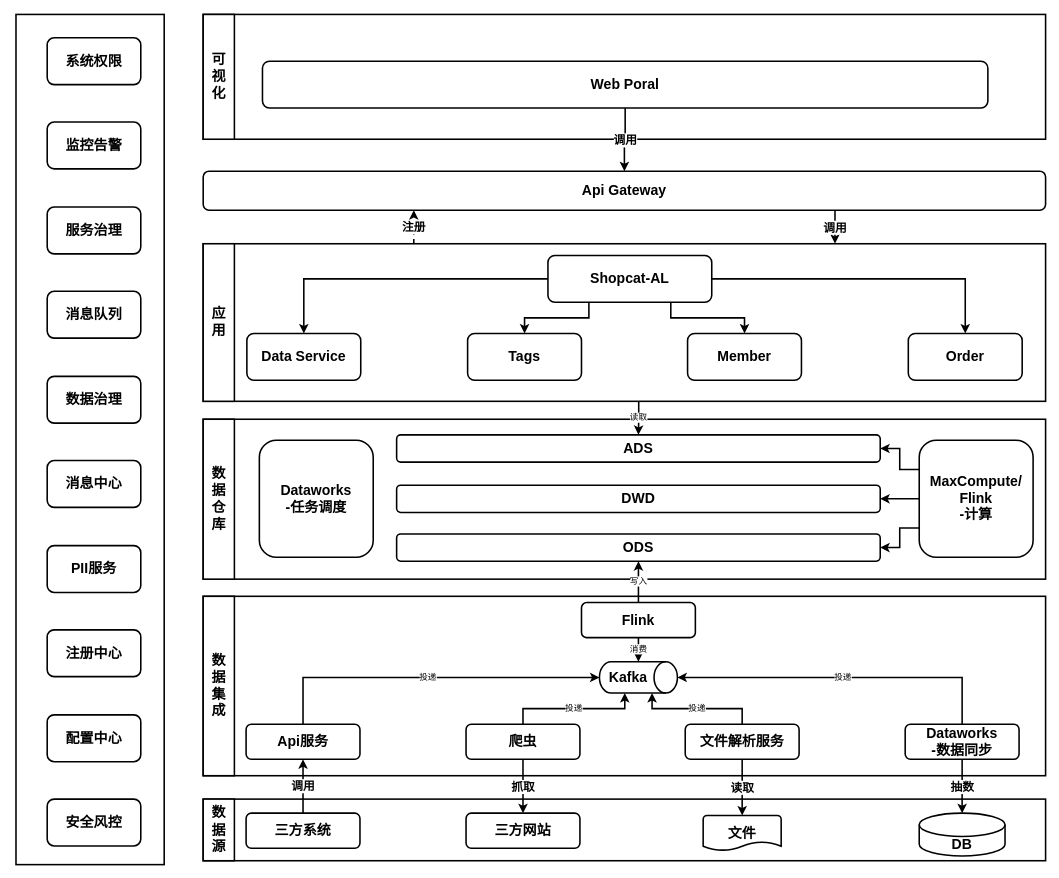
Before: page "BBI&CRM融合架构" (16 of 16) of indicator-platform.drawio in jackie-thank/beego-authz, a draw.io diagram. Source tidied: cells renumbered, new cells numbered last; positions are measured from the earlier drawing's top-left corner, leaving out a move shared by most shapes. Both pictures are drawn from the tidied source at 78%, with x=0, y=0 at pixel (16, 14).
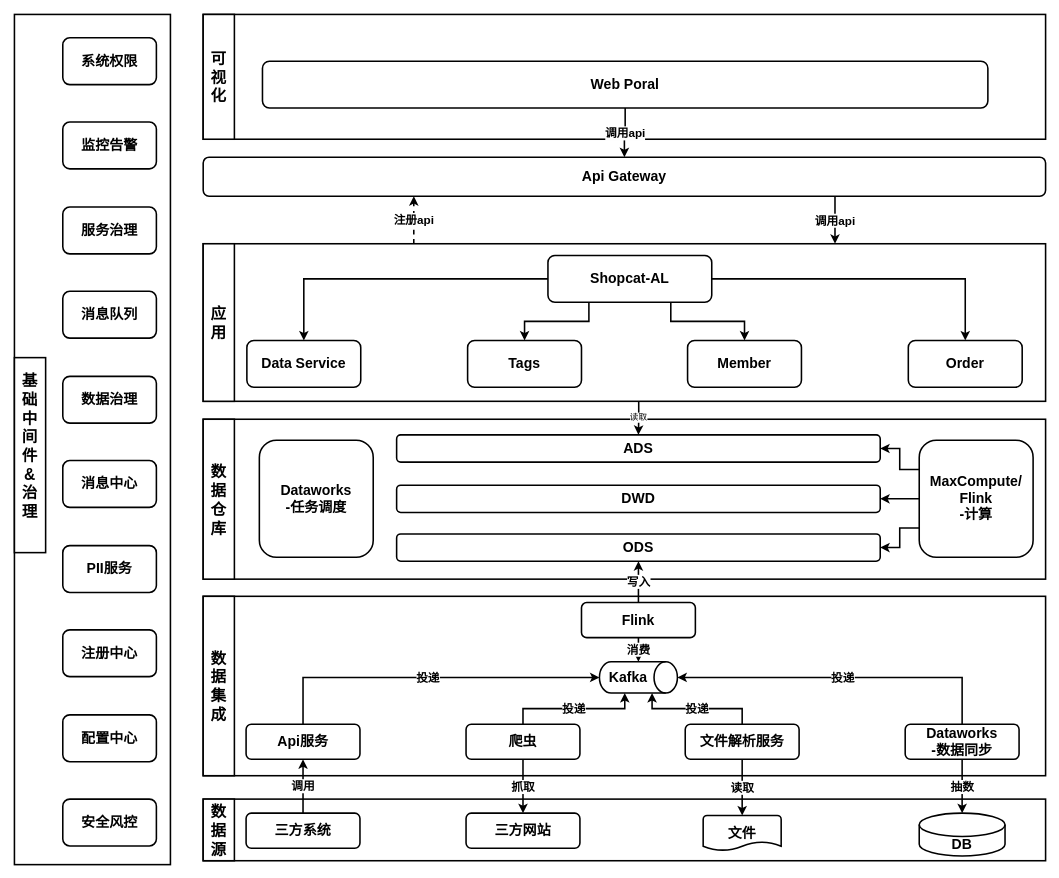
The same page after the edit.

Unchanged cells that the change refers to:
```xml
<mxCell id="7" style="rounded=0;whiteSpace=wrap;html=1;strokeWidth=2;" parent="1" vertex="1">
  <mxGeometry x="240" y="294" width="1080" height="202" as="geometry" />
</mxCell>
<mxCell id="14" value="ODS" style="rounded=1;whiteSpace=wrap;html=1;strokeWidth=2;fontSize=18;fontStyle=1;" parent="1" vertex="1">
  <mxGeometry x="488" y="666" width="620" height="35" as="geometry" />
</mxCell>
<mxCell id="26" value="&lt;div&gt;Dataworks&lt;/div&gt;&lt;div&gt;-数据同步&lt;/div&gt;" style="rounded=1;whiteSpace=wrap;html=1;strokeWidth=2;fontSize=18;fontStyle=1;" parent="1" vertex="1">
  <mxGeometry x="1140" y="910" width="146" height="45" as="geometry" />
</mxCell>
<mxCell id="42" value="文件解析服务" style="rounded=1;whiteSpace=wrap;html=1;strokeWidth=2;fontSize=18;fontStyle=1;" parent="1" vertex="1">
  <mxGeometry x="858" y="910" width="146" height="45" as="geometry" />
</mxCell>
<mxCell id="44" value="爬虫" style="rounded=1;whiteSpace=wrap;html=1;strokeWidth=2;fontSize=18;fontStyle=1;" parent="1" vertex="1">
  <mxGeometry x="577" y="910" width="146" height="45" as="geometry" />
</mxCell>
<mxCell id="45" value="Api服务" style="rounded=1;whiteSpace=wrap;html=1;strokeWidth=2;fontSize=18;fontStyle=1;" parent="1" vertex="1">
  <mxGeometry x="295" y="910" width="146" height="45" as="geometry" />
</mxCell>
<mxCell id="53" value="&lt;div&gt;Web Poral&lt;br&gt;&lt;/div&gt;" style="rounded=1;whiteSpace=wrap;html=1;strokeWidth=2;fontSize=18;fontStyle=1;" parent="1" vertex="1">
  <mxGeometry x="316" y="60" width="930" height="60" as="geometry" />
</mxCell>
<mxCell id="57" style="shape=cylinder3;whiteSpace=wrap;html=1;boundedLbl=1;backgroundOutline=1;size=15;rotation=90;strokeWidth=2;" parent="1" vertex="1">
  <mxGeometry x="778" y="800" width="40" height="100" as="geometry" />
</mxCell>
<mxCell id="59" value="Flink" style="rounded=1;whiteSpace=wrap;html=1;strokeWidth=2;fontSize=18;fontStyle=1;" parent="1" vertex="1">
  <mxGeometry x="725" y="754" width="146" height="45" as="geometry" />
</mxCell>
```

Change to the diagram source:
```diff
@@
     <mxCell id="3" style="rounded=0;whiteSpace=wrap;html=1;strokeWidth=2;" parent="1" vertex="1">
-      <mxGeometry width="190" height="1090" as="geometry" />
+      <mxGeometry x="-2" width="200" height="1090" as="geometry" />
     </mxCell>
@@
-    <mxCell id="6" value="注册" style="edgeStyle=orthogonalEdgeStyle;rounded=0;jettySize=auto;html=1;exitX=0.25;exitY=0;exitDx=0;exitDy=0;entryX=0.25;entryY=1;entryDx=0;entryDy=0;fontSize=15;fontStyle=1;strokeWidth=2;dashed=1;" parent="1" edge="1" source="7" target="13">
+    <mxCell id="6" value="注册api" style="edgeStyle=orthogonalEdgeStyle;rounded=0;jettySize=auto;html=1;exitX=0.25;exitY=0;exitDx=0;exitDy=0;entryX=0.25;entryY=1;entryDx=0;entryDy=0;fontSize=15;fontStyle=1;strokeWidth=2;dashed=1;" parent="1" edge="1" source="7" target="13">
       <mxGeometry relative="1" as="geometry" />
     </mxCell>
@@
     <mxCell id="8" value="Member" style="rounded=1;whiteSpace=wrap;html=1;strokeWidth=2;fontSize=18;fontStyle=1;" parent="1" vertex="1">
-      <mxGeometry x="861" y="409" width="146" height="60" as="geometry" />
+      <mxGeometry x="861" y="418" width="146" height="60" as="geometry" />
     </mxCell>
     <mxCell id="9" value="Order" style="rounded=1;whiteSpace=wrap;html=1;strokeWidth=2;fontSize=18;fontStyle=1;" parent="1" vertex="1">
-      <mxGeometry x="1144" y="409" width="146" height="60" as="geometry" />
+      <mxGeometry x="1144" y="418" width="146" height="60" as="geometry" />
     </mxCell>
     <mxCell id="10" value="Tags" style="rounded=1;whiteSpace=wrap;html=1;strokeWidth=2;fontSize=18;fontStyle=1;" parent="1" vertex="1">
-      <mxGeometry x="579" y="409" width="146" height="60" as="geometry" />
+      <mxGeometry x="579" y="418" width="146" height="60" as="geometry" />
     </mxCell>
     <mxCell id="11" value="Data Service" style="rounded=1;whiteSpace=wrap;html=1;strokeWidth=2;fontSize=18;fontStyle=1;" parent="1" vertex="1">
-      <mxGeometry x="296" y="409" width="146" height="60" as="geometry" />
+      <mxGeometry x="296" y="418" width="146" height="60" as="geometry" />
     </mxCell>
-    <mxCell id="12" value="调用" style="edgeStyle=orthogonalEdgeStyle;rounded=0;jettySize=auto;html=1;exitX=0.75;exitY=1;exitDx=0;exitDy=0;entryX=0.75;entryY=0;entryDx=0;entryDy=0;strokeWidth=2;fontSize=15;fontStyle=1;" parent="1" edge="1" source="13" target="7">
+    <mxCell id="12" value="调用api" style="edgeStyle=orthogonalEdgeStyle;rounded=0;jettySize=auto;html=1;exitX=0.75;exitY=1;exitDx=0;exitDy=0;entryX=0.75;entryY=0;entryDx=0;entryDy=0;strokeWidth=2;fontSize=15;fontStyle=1;" parent="1" edge="1" source="13" target="7">
       <mxGeometry relative="1" as="geometry" />
     </mxCell>
     <mxCell id="13" value="Api Gateway" style="rounded=1;whiteSpace=wrap;html=1;strokeWidth=2;fontSize=18;fontStyle=1;" parent="1" vertex="1">
-      <mxGeometry x="240" y="201" width="1080" height="50" as="geometry" />
+      <mxGeometry x="240" y="183" width="1080" height="50" as="geometry" />
     </mxCell>
@@
     <mxCell id="20" value="系统权限" style="rounded=1;whiteSpace=wrap;html=1;strokeWidth=2;fontSize=18;fontStyle=1;" parent="1" vertex="1">
-      <mxGeometry x="40" y="30" width="120" height="60" as="geometry" />
+      <mxGeometry x="60" y="30" width="120" height="60" as="geometry" />
     </mxCell>
     <mxCell id="21" value="监控告警" style="rounded=1;whiteSpace=wrap;html=1;strokeWidth=2;fontSize=18;fontStyle=1;" parent="1" vertex="1">
-      <mxGeometry x="40" y="138" width="120" height="60" as="geometry" />
+      <mxGeometry x="60" y="138" width="120" height="60" as="geometry" />
     </mxCell>
     <mxCell id="22" value="服务治理" style="rounded=1;whiteSpace=wrap;html=1;strokeWidth=2;fontSize=18;fontStyle=1;" parent="1" vertex="1">
-      <mxGeometry x="40" y="247" width="120" height="60" as="geometry" />
+      <mxGeometry x="60" y="247" width="120" height="60" as="geometry" />
     </mxCell>
@@
-    <mxCell id="27" value="&lt;div style=&quot;font-size: 18px;&quot;&gt;数&lt;/div&gt;&lt;div style=&quot;font-size: 18px;&quot;&gt;据&lt;/div&gt;&lt;div style=&quot;font-size: 18px;&quot;&gt;集&lt;/div&gt;&lt;div style=&quot;font-size: 18px;&quot;&gt;成&lt;/div&gt;" style="rounded=0;whiteSpace=wrap;html=1;strokeWidth=2;fontSize=18;fontStyle=1;" parent="1" vertex="1">
+    <mxCell id="27" value="&lt;div style=&quot;font-size: 20px;&quot;&gt;数&lt;/div&gt;&lt;div style=&quot;font-size: 20px;&quot;&gt;据&lt;/div&gt;&lt;div style=&quot;font-size: 20px;&quot;&gt;集&lt;/div&gt;&lt;div style=&quot;font-size: 20px;&quot;&gt;成&lt;/div&gt;" style="rounded=0;whiteSpace=wrap;html=1;strokeWidth=2;fontSize=20;fontStyle=1;" parent="1" vertex="1">
       <mxGeometry x="240" y="746" width="40" height="230" as="geometry" />
     </mxCell>
@@
-    <mxCell id="29" value="&lt;div&gt;数&lt;/div&gt;&lt;div&gt;据&lt;/div&gt;&lt;div&gt;源&lt;/div&gt;" style="rounded=0;whiteSpace=wrap;html=1;strokeWidth=2;fontSize=18;fontStyle=1;" parent="1" vertex="1">
+    <mxCell id="29" value="&lt;div style=&quot;font-size: 20px;&quot;&gt;数&lt;/div&gt;&lt;div style=&quot;font-size: 20px;&quot;&gt;据&lt;/div&gt;&lt;div style=&quot;font-size: 20px;&quot;&gt;源&lt;/div&gt;" style="rounded=0;whiteSpace=wrap;html=1;strokeWidth=2;fontSize=20;fontStyle=1;" parent="1" vertex="1">
       <mxGeometry x="240" y="1006" width="40" height="79" as="geometry" />
     </mxCell>
-    <mxCell id="30" value="&lt;div style=&quot;font-size: 18px;&quot;&gt;数&lt;/div&gt;&lt;div style=&quot;font-size: 18px;&quot;&gt;据&lt;/div&gt;&lt;div style=&quot;font-size: 18px;&quot;&gt;仓&lt;/div&gt;&lt;div style=&quot;font-size: 18px;&quot;&gt;库&lt;/div&gt;" style="rounded=0;whiteSpace=wrap;html=1;strokeWidth=2;fontSize=18;fontStyle=1;" parent="1" vertex="1">
+    <mxCell id="30" value="&lt;div style=&quot;font-size: 20px;&quot;&gt;数&lt;/div&gt;&lt;div style=&quot;font-size: 20px;&quot;&gt;据&lt;/div&gt;&lt;div style=&quot;font-size: 20px;&quot;&gt;仓&lt;/div&gt;&lt;div style=&quot;font-size: 20px;&quot;&gt;库&lt;/div&gt;" style="rounded=0;whiteSpace=wrap;html=1;strokeWidth=2;fontSize=20;fontStyle=1;" parent="1" vertex="1">
       <mxGeometry x="240" y="519" width="40" height="205" as="geometry" />
     </mxCell>
@@
     <mxCell id="38" value="数据治理" style="rounded=1;whiteSpace=wrap;html=1;strokeWidth=2;fontSize=18;fontStyle=1;" parent="1" vertex="1">
-      <mxGeometry x="40" y="464" width="120" height="60" as="geometry" />
+      <mxGeometry x="60" y="464" width="120" height="60" as="geometry" />
     </mxCell>
-    <mxCell id="39" value="&lt;div&gt;应&lt;/div&gt;&lt;div&gt;用&lt;/div&gt;" style="rounded=0;whiteSpace=wrap;html=1;strokeWidth=2;fontSize=18;fontStyle=1;" parent="1" vertex="1">
+    <mxCell id="39" value="&lt;div style=&quot;font-size: 20px;&quot;&gt;应&lt;/div&gt;&lt;div style=&quot;font-size: 20px;&quot;&gt;用&lt;/div&gt;" style="rounded=0;whiteSpace=wrap;html=1;strokeWidth=2;fontSize=20;fontStyle=1;" parent="1" vertex="1">
       <mxGeometry x="240" y="294" width="40" height="202" as="geometry" />
     </mxCell>
     <mxCell id="40" value="安全风控" style="rounded=1;whiteSpace=wrap;html=1;strokeWidth=2;fontSize=18;fontStyle=1;" parent="1" vertex="1">
-      <mxGeometry x="40" y="1006" width="120" height="60" as="geometry" />
+      <mxGeometry x="60" y="1006" width="120" height="60" as="geometry" />
     </mxCell>
@@
     <mxCell id="50" value="注册中心" style="rounded=1;whiteSpace=wrap;html=1;strokeWidth=2;fontSize=18;fontStyle=1;" parent="1" vertex="1">
-      <mxGeometry x="40" y="789" width="120" height="60" as="geometry" />
+      <mxGeometry x="60" y="789" width="120" height="60" as="geometry" />
     </mxCell>
     <mxCell id="51" value="配置中心" style="rounded=1;whiteSpace=wrap;html=1;strokeWidth=2;fontSize=18;fontStyle=1;" parent="1" vertex="1">
-      <mxGeometry x="40" y="898" width="120" height="60" as="geometry" />
+      <mxGeometry x="60" y="898" width="120" height="60" as="geometry" />
     </mxCell>
-    <mxCell id="52" value="&lt;div&gt;可&lt;/div&gt;&lt;div&gt;视&lt;/div&gt;&lt;div&gt;化&lt;/div&gt;" style="rounded=0;whiteSpace=wrap;html=1;strokeWidth=2;fontSize=18;fontStyle=1;" parent="1" vertex="1">
+    <mxCell id="52" value="&lt;div style=&quot;font-size: 20px;&quot;&gt;可&lt;/div&gt;&lt;div style=&quot;font-size: 20px;&quot;&gt;视&lt;/div&gt;&lt;div style=&quot;font-size: 20px;&quot;&gt;化&lt;/div&gt;" style="rounded=0;whiteSpace=wrap;html=1;strokeWidth=2;fontSize=20;fontStyle=1;" parent="1" vertex="1">
       <mxGeometry x="240" width="40" height="160" as="geometry" />
     </mxCell>
@@
     <mxCell id="54" value="消息队列" style="rounded=1;whiteSpace=wrap;html=1;strokeWidth=2;fontSize=18;fontStyle=1;" parent="1" vertex="1">
-      <mxGeometry x="40" y="355" width="120" height="60" as="geometry" />
+      <mxGeometry x="60" y="355" width="120" height="60" as="geometry" />
     </mxCell>
     <mxCell id="55" value="消息中心" style="rounded=1;whiteSpace=wrap;html=1;strokeWidth=2;fontSize=18;fontStyle=1;" parent="1" vertex="1">
-      <mxGeometry x="40" y="572" width="120" height="60" as="geometry" />
+      <mxGeometry x="60" y="572" width="120" height="60" as="geometry" />
     </mxCell>
     <mxCell id="56" value="PII服务" style="rounded=1;whiteSpace=wrap;html=1;strokeWidth=2;fontSize=18;fontStyle=1;" parent="1" vertex="1">
-      <mxGeometry x="40" y="681" width="120" height="60" as="geometry" />
+      <mxGeometry x="60" y="681" width="120" height="60" as="geometry" />
     </mxCell>
@@
-    <mxCell id="58" value="消费" style="edgeStyle=orthogonalEdgeStyle;rounded=0;jettySize=auto;html=1;exitX=0.5;exitY=1;exitDx=0;exitDy=0;strokeWidth=2;" parent="1" edge="1" source="59" target="57">
+    <mxCell id="58" value="消费" style="edgeStyle=orthogonalEdgeStyle;rounded=0;jettySize=auto;html=1;exitX=0.5;exitY=1;exitDx=0;exitDy=0;strokeWidth=2;fontSize=15;fontStyle=1;" parent="1" edge="1" source="59" target="57">
       <mxGeometry relative="1" as="geometry" />
     </mxCell>
@@
-    <mxCell id="60" value="投递" style="edgeStyle=orthogonalEdgeStyle;rounded=0;jettySize=auto;html=1;exitX=0.5;exitY=0;exitDx=0;exitDy=0;entryX=0.5;entryY=1;entryDx=0;entryDy=0;entryPerimeter=0;strokeWidth=2;" parent="1" edge="1" source="45" target="57">
+    <mxCell id="60" value="投递" style="edgeStyle=orthogonalEdgeStyle;rounded=0;jettySize=auto;html=1;exitX=0.5;exitY=0;exitDx=0;exitDy=0;entryX=0.5;entryY=1;entryDx=0;entryDy=0;entryPerimeter=0;strokeWidth=2;fontSize=15;fontStyle=1;" parent="1" edge="1" source="45" target="57">
       <mxGeometry relative="1" as="geometry" />
     </mxCell>
-    <mxCell id="61" value="投递" style="edgeStyle=orthogonalEdgeStyle;rounded=0;jettySize=auto;html=1;exitX=0.5;exitY=0;exitDx=0;exitDy=0;entryX=1;entryY=0;entryDx=0;entryDy=67.5;entryPerimeter=0;strokeWidth=2;" parent="1" edge="1" source="44" target="57">
+    <mxCell id="61" value="投递" style="edgeStyle=orthogonalEdgeStyle;rounded=0;jettySize=auto;html=1;exitX=0.5;exitY=0;exitDx=0;exitDy=0;entryX=1;entryY=0;entryDx=0;entryDy=67.5;entryPerimeter=0;strokeWidth=2;fontSize=15;fontStyle=1;" parent="1" edge="1" source="44" target="57">
       <mxGeometry relative="1" as="geometry" />
     </mxCell>
-    <mxCell id="62" value="投递" style="edgeStyle=orthogonalEdgeStyle;rounded=0;jettySize=auto;html=1;exitX=0.5;exitY=0;exitDx=0;exitDy=0;entryX=1;entryY=0;entryDx=0;entryDy=32.5;entryPerimeter=0;strokeWidth=2;" parent="1" edge="1" source="42" target="57">
+    <mxCell id="62" value="投递" style="edgeStyle=orthogonalEdgeStyle;rounded=0;jettySize=auto;html=1;exitX=0.5;exitY=0;exitDx=0;exitDy=0;entryX=1;entryY=0;entryDx=0;entryDy=32.5;entryPerimeter=0;strokeWidth=2;fontSize=15;fontStyle=1;" parent="1" edge="1" source="42" target="57">
       <mxGeometry relative="1" as="geometry" />
     </mxCell>
-    <mxCell id="63" value="投递" style="edgeStyle=orthogonalEdgeStyle;rounded=0;jettySize=auto;html=1;exitX=0.5;exitY=0;exitDx=0;exitDy=0;entryX=0.5;entryY=0;entryDx=0;entryDy=0;entryPerimeter=0;strokeWidth=2;" parent="1" edge="1" source="26" target="57">
+    <mxCell id="63" value="投递" style="edgeStyle=orthogonalEdgeStyle;rounded=0;jettySize=auto;html=1;exitX=0.5;exitY=0;exitDx=0;exitDy=0;entryX=0.5;entryY=0;entryDx=0;entryDy=0;entryPerimeter=0;strokeWidth=2;fontSize=15;fontStyle=1;" parent="1" edge="1" source="26" target="57">
       <mxGeometry relative="1" as="geometry" />
     </mxCell>
@@
-    <mxCell id="65" value="写入" style="edgeStyle=orthogonalEdgeStyle;rounded=0;jettySize=auto;html=1;strokeWidth=2;exitX=0.5;exitY=0;exitDx=0;exitDy=0;" parent="1" edge="1" source="59" target="14">
+    <mxCell id="65" value="写入" style="edgeStyle=orthogonalEdgeStyle;rounded=0;jettySize=auto;html=1;strokeWidth=2;exitX=0.5;exitY=0;exitDx=0;exitDy=0;fontSize=15;fontStyle=1;" parent="1" edge="1" source="59" target="14">
       <mxGeometry relative="1" as="geometry" />
     </mxCell>
-    <mxCell id="66" value="调用" style="edgeStyle=orthogonalEdgeStyle;rounded=0;jettySize=auto;html=1;exitX=0.5;exitY=1;exitDx=0;exitDy=0;strokeWidth=2;fontSize=15;fontStyle=1;" parent="1" edge="1" source="53" target="13">
+    <mxCell id="66" value="调用api" style="edgeStyle=orthogonalEdgeStyle;rounded=0;jettySize=auto;html=1;exitX=0.5;exitY=1;exitDx=0;exitDy=0;strokeWidth=2;fontSize=15;fontStyle=1;" parent="1" edge="1" source="53" target="13">
       <mxGeometry relative="1" as="geometry" />
     </mxCell>
+    <mxCell id="67" value="&lt;div&gt;基础中间件&lt;/div&gt;&lt;div&gt;&amp;amp;&lt;/div&gt;&lt;div&gt;治理&lt;br&gt;&lt;/div&gt;&lt;div&gt;&lt;br&gt;&lt;/div&gt;" style="rounded=0;whiteSpace=wrap;html=1;strokeWidth=2;fontSize=20;fontStyle=1;" parent="1" vertex="1">
+      <mxGeometry x="-2" y="440" width="40" height="250" as="geometry" />
+    </mxCell>
```
